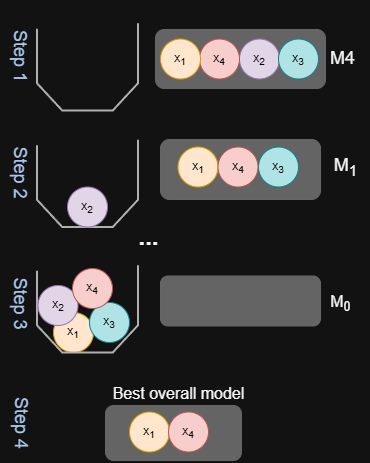
ConniBuschmann/psy112 keeps this draw.io diagram as book/2_models/figures/BackwardStepwiseSelection.drawio.png. Above is the earlier version. Source tidied: cells renumbered, new cells last; positions are measured from the earlier drawing's top-left corner, leaving out a move shared by most shapes. The source it was exported from:
```xml
<mxGraphModel background="#121212">
  <root>
    <mxCell id="0" />
    <mxCell id="1" parent="0" />
    <mxCell id="2" value="x&lt;sub&gt;1&lt;/sub&gt;" style="ellipse;whiteSpace=wrap;html=1;fillColor=#ffe6cc;strokeColor=#D79B00;" parent="1" vertex="1">
      <mxGeometry x="73" y="311" width="40" height="40" as="geometry" />
    </mxCell>
    <mxCell id="3" style="rounded=1;whiteSpace=wrap;html=1;fillColor=#646464;strokeColor=#666666;fontColor=#646464;" parent="1" vertex="1">
      <mxGeometry x="175" y="28" width="170" height="59" as="geometry" />
    </mxCell>
    <mxCell id="4" style="rounded=1;whiteSpace=wrap;html=1;fillColor=#646464;strokeColor=#666666;fontColor=none;noLabel=1;" parent="1" vertex="1">
      <mxGeometry x="180" y="274.5" width="160" height="50" as="geometry" />
    </mxCell>
    <mxCell id="5" value="x&lt;sub&gt;2&lt;/sub&gt;" style="ellipse;whiteSpace=wrap;html=1;fillColor=#e1d5e7;strokeColor=#9673a6;" parent="1" vertex="1">
      <mxGeometry x="259" y="37.5" width="40" height="40" as="geometry" />
    </mxCell>
    <mxCell id="6" value="x&lt;sub&gt;4&lt;/sub&gt;" style="ellipse;whiteSpace=wrap;html=1;fillColor=#f8cecc;strokeColor=#b85450;" parent="1" vertex="1">
      <mxGeometry x="219" y="37.5" width="40" height="40" as="geometry" />
    </mxCell>
    <mxCell id="7" style="verticalLabelPosition=bottom;verticalAlign=top;html=1;shape=mxgraph.basic.polygon;polyCoords=[[1,0.2],[1,0.2],[1,0.25],[1,0.75],[0.75,1],[0.25,1],[0,0.75],[0,0.25]];polyline=1;fillColor=none;strokeWidth=2;strokeColor=light-dark(#B0B0B0,#EDEDED);" parent="1" vertex="1">
      <mxGeometry x="56.5" width="101" height="109" as="geometry" />
    </mxCell>
    <mxCell id="8" value="x&lt;sub&gt;1&lt;/sub&gt;" style="ellipse;whiteSpace=wrap;html=1;fillColor=#ffe6cc;strokeColor=#D79B00;" parent="1" vertex="1">
      <mxGeometry x="180" y="37.5" width="40" height="40" as="geometry" />
    </mxCell>
    <mxCell id="9" style="verticalLabelPosition=bottom;verticalAlign=top;html=1;shape=mxgraph.basic.polygon;polyCoords=[[1,0.2],[1,0.2],[1,0.25],[1,0.75],[0.75,1],[0.25,1],[0,0.75],[0,0.25]];polyline=1;fillColor=none;strokeWidth=2;strokeColor=#B0B0B0;" parent="1" vertex="1">
      <mxGeometry x="56.5" y="116.5" width="101" height="109" as="geometry" />
    </mxCell>
    <mxCell id="10" style="rounded=1;whiteSpace=wrap;html=1;fillColor=#646464;strokeColor=#666666;fontColor=#333333;" parent="1" vertex="1">
      <mxGeometry x="180" y="138" width="160" height="60" as="geometry" />
    </mxCell>
    <mxCell id="11" value="x&lt;sub&gt;2&lt;/sub&gt;" style="ellipse;whiteSpace=wrap;html=1;fillColor=#e1d5e7;strokeColor=#9673a6;" parent="1" vertex="1">
      <mxGeometry x="87" y="185.5" width="40" height="40" as="geometry" />
    </mxCell>
    <mxCell id="12" value="&lt;font style=&quot;font-size: 18px; color: rgb(169, 196, 235);&quot;&gt;Step 2&lt;/font&gt;" style="text;html=1;align=center;verticalAlign=middle;strokeColor=none;fillColor=none;rotation=90;" parent="1" vertex="1">
      <mxGeometry y="151" width="80" height="40" as="geometry" />
    </mxCell>
    <mxCell id="13" value="&lt;font style=&quot;font-size: 18px; color: rgb(169, 196, 235);&quot;&gt;Step 1&lt;/font&gt;" style="text;html=1;align=center;verticalAlign=middle;strokeColor=none;fillColor=none;rotation=90;" parent="1" vertex="1">
      <mxGeometry y="34.5" width="80" height="40" as="geometry" />
    </mxCell>
    <mxCell id="14" value="&lt;font style=&quot;font-size: 18px;&quot;&gt;M4&lt;/font&gt;" style="text;html=1;align=center;verticalAlign=middle;strokeColor=none;fillColor=none;fontColor=#F5F5F5;" parent="1" vertex="1">
      <mxGeometry x="337" y="37" width="50" height="40" as="geometry" />
    </mxCell>
    <mxCell id="15" value="&lt;font style=&quot;font-size: 18px;&quot;&gt;M&lt;sub&gt;1&lt;/sub&gt;&lt;/font&gt;" style="text;html=1;align=center;verticalAlign=middle;strokeColor=none;fillColor=none;fontColor=#F5F5F5;" parent="1" vertex="1">
      <mxGeometry x="340" y="146" width="50" height="40" as="geometry" />
    </mxCell>
    <mxCell id="16" value="x&lt;sub&gt;3&lt;/sub&gt;" style="ellipse;whiteSpace=wrap;html=1;fillColor=#b0e3e6;strokeColor=#0e8088;" parent="1" vertex="1">
      <mxGeometry x="109" y="301" width="40" height="40" as="geometry" />
    </mxCell>
    <mxCell id="17" style="verticalLabelPosition=bottom;verticalAlign=top;html=1;shape=mxgraph.basic.polygon;polyCoords=[[1,0.2],[1,0.2],[1,0.25],[1,0.75],[0.75,1],[0.25,1],[0,0.75],[0,0.25]];polyline=1;fillColor=none;strokeWidth=2;strokeColor=#B0B0B0;" parent="1" vertex="1">
      <mxGeometry x="56.5" y="242" width="101" height="109" as="geometry" />
    </mxCell>
    <mxCell id="18" value="x&lt;sub&gt;2&lt;/sub&gt;" style="ellipse;whiteSpace=wrap;html=1;fillColor=#e1d5e7;strokeColor=#9673a6;" parent="1" vertex="1">
      <mxGeometry x="57.5" y="284" width="40" height="40" as="geometry" />
    </mxCell>
    <mxCell id="19" value="&lt;font style=&quot;font-size: 18px; color: rgb(169, 196, 235);&quot;&gt;Step 3&lt;/font&gt;" style="text;html=1;align=center;verticalAlign=middle;strokeColor=none;fillColor=none;rotation=90;" parent="1" vertex="1">
      <mxGeometry y="282" width="80" height="40" as="geometry" />
    </mxCell>
    <mxCell id="20" value="&lt;font style=&quot;font-size: 16px;&quot;&gt;M&lt;sub&gt;0&lt;/sub&gt;&lt;/font&gt;" style="text;html=1;align=center;verticalAlign=middle;strokeColor=none;fillColor=none;fontColor=#F5F5F5;" parent="1" vertex="1">
      <mxGeometry x="340" y="282" width="40" height="40" as="geometry" />
    </mxCell>
    <mxCell id="21" value="x&lt;sub&gt;4&lt;/sub&gt;" style="ellipse;whiteSpace=wrap;html=1;fillColor=#f8cecc;strokeColor=#b85450;" parent="1" vertex="1">
      <mxGeometry x="92" y="267" width="40" height="40" as="geometry" />
    </mxCell>
    <mxCell id="22" value="&lt;font size=&quot;3&quot;&gt;Best overall model&lt;/font&gt;" style="text;html=1;align=center;verticalAlign=middle;strokeColor=none;fillColor=none;fontColor=#F5F5F5;" parent="1" vertex="1">
      <mxGeometry x="118" y="377" width="160" height="30" as="geometry" />
    </mxCell>
    <mxCell id="23" value="&lt;font style=&quot;font-size: 18px; color: rgb(169, 196, 235);&quot;&gt;Step 4&lt;/font&gt;" style="text;html=1;align=center;verticalAlign=middle;strokeColor=none;fillColor=none;rotation=90;" parent="1" vertex="1">
      <mxGeometry x="1" y="401.5" width="80" height="40" as="geometry" />
    </mxCell>
    <mxCell id="24" style="rounded=1;whiteSpace=wrap;html=1;fillColor=#646464;strokeColor=#666666;fontColor=#333333;" parent="1" vertex="1">
      <mxGeometry x="125" y="404" width="136" height="55" as="geometry" />
    </mxCell>
    <mxCell id="25" value="x&lt;sub&gt;1&lt;/sub&gt;" style="ellipse;whiteSpace=wrap;html=1;fillColor=#ffe6cc;strokeColor=#D79B00;" parent="1" vertex="1">
      <mxGeometry x="149" y="410.5" width="40" height="40" as="geometry" />
    </mxCell>
    <mxCell id="26" value="&lt;font style=&quot;font-size: 24px;&quot;&gt;&lt;b&gt;...&lt;/b&gt;&lt;/font&gt;" style="text;html=1;align=center;verticalAlign=middle;strokeColor=none;fillColor=none;fontColor=#F5F5F5;" parent="1" vertex="1">
      <mxGeometry x="148" y="215.5" width="40" height="40" as="geometry" />
    </mxCell>
    <mxCell id="27" value="x&lt;sub&gt;3&lt;/sub&gt;" style="ellipse;whiteSpace=wrap;html=1;fillColor=#b0e3e6;strokeColor=#0e8088;" parent="1" vertex="1">
      <mxGeometry x="298" y="37.5" width="40" height="40" as="geometry" />
    </mxCell>
    <mxCell id="28" value="x&lt;sub&gt;3&lt;/sub&gt;" style="ellipse;whiteSpace=wrap;html=1;fillColor=#b0e3e6;strokeColor=#0e8088;" parent="1" vertex="1">
      <mxGeometry x="278" y="145.5" width="40" height="40" as="geometry" />
    </mxCell>
    <mxCell id="29" value="x&lt;sub&gt;1&lt;/sub&gt;" style="ellipse;whiteSpace=wrap;html=1;fillColor=#ffe6cc;strokeColor=#D79B00;" parent="1" vertex="1">
      <mxGeometry x="197.5" y="145.5" width="40" height="40" as="geometry" />
    </mxCell>
    <mxCell id="30" value="x&lt;sub&gt;4&lt;/sub&gt;" style="ellipse;whiteSpace=wrap;html=1;fillColor=#f8cecc;strokeColor=#b85450;" parent="1" vertex="1">
      <mxGeometry x="237.5" y="145.5" width="40" height="40" as="geometry" />
    </mxCell>
    <mxCell id="31" value="x&lt;sub&gt;4&lt;/sub&gt;" style="ellipse;whiteSpace=wrap;html=1;fillColor=#f8cecc;strokeColor=#b85450;" parent="1" vertex="1">
      <mxGeometry x="188" y="410.5" width="40" height="40" as="geometry" />
    </mxCell>
  </root>
</mxGraphModel>
```
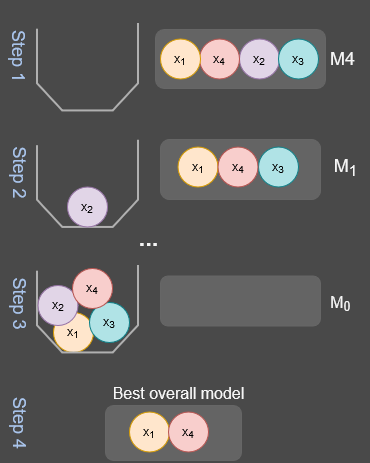
The same diagram one commit later.

Diff of the diagram source:
```diff
@@ -1,4 +1,4 @@
-<mxGraphModel background="#121212">
+<mxGraphModel background="light-dark(#494949,#666666)">
   <root>
     <mxCell id="0" />
     <mxCell id="1" parent="0" />
```
